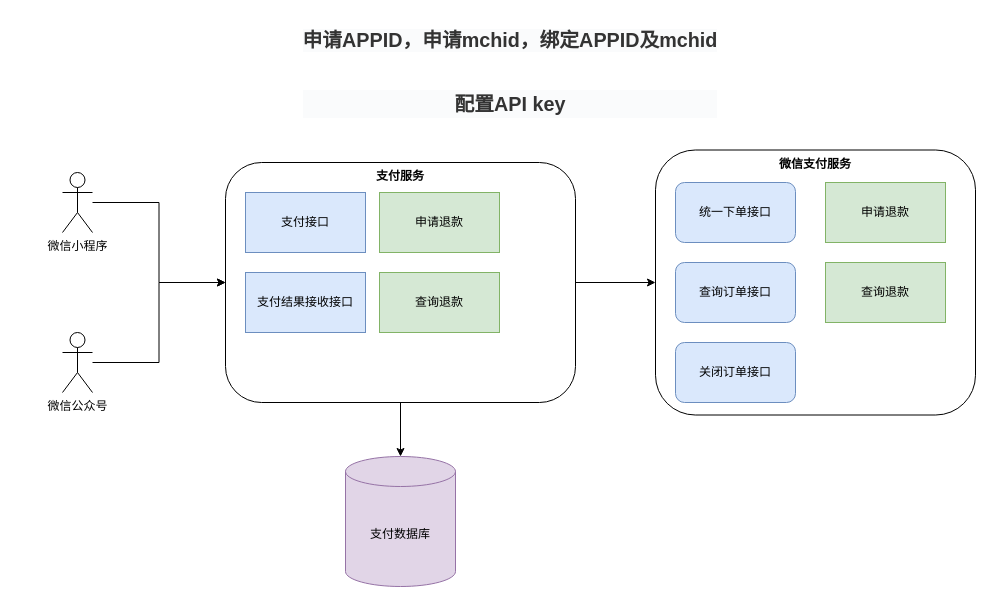
The draw.io diagram page "支付服务" (3 of 3) of 房产营销系统.drawio in juesuchen/diagrams, before the edit. Source tidied: cells renumbered, new cells numbered last; positions are measured from the earlier drawing's top-left corner, leaving out a move shared by most shapes. Both pictures are drawn from the tidied source at 100%, with x=0, y=0 at pixel (62, 22).
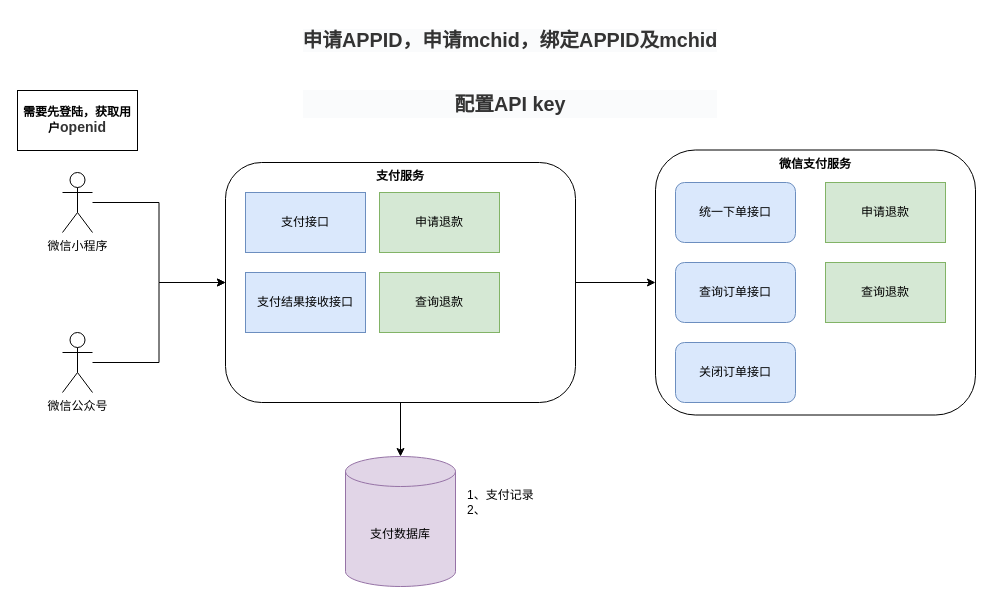
The same diagram, later.

Commit message:
更新房产营销系统.drawio

What changed in the source:
```diff
@@
+    <mxCell id="21" value="需要先登陆，获取用户&lt;span style=&quot;color: rgb(51 , 51 , 51) ; font-family: &amp;quot;helvetica neue&amp;quot; , &amp;quot;hiragino sans gb&amp;quot; , &amp;quot;microsoft yahei&amp;quot; , , &amp;quot;arial&amp;quot; , sans-serif ; font-size: 14px ; background-color: rgb(255 , 255 , 255)&quot;&gt;openid&lt;/span&gt;" style="rounded=0;whiteSpace=wrap;html=1;fontStyle=1;" parent="1" vertex="1">
+      <mxGeometry x="-45" y="68" width="120" height="60" as="geometry" />
+    </mxCell>
+    <mxCell id="22" value="1、支付记录&lt;br&gt;&lt;div style=&quot;&quot;&gt;&lt;span&gt;2、&lt;/span&gt;&lt;/div&gt;" style="text;html=1;strokeColor=none;fillColor=none;align=left;verticalAlign=middle;whiteSpace=wrap;rounded=0;" parent="1" vertex="1">
+      <mxGeometry x="403" y="460" width="160" height="40" as="geometry" />
+    </mxCell>
```
